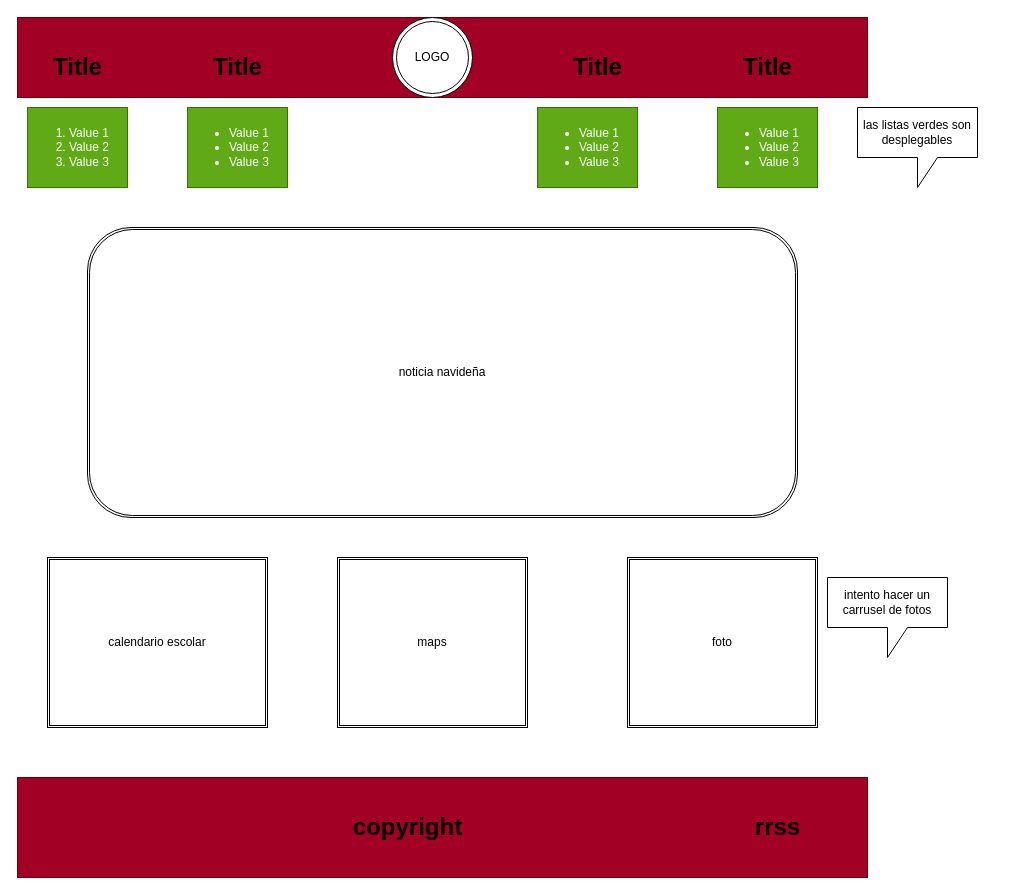
jaimecurben/paginaNavidad keeps this draw.io diagram as layout/MyLayoutWeb.drawio. Above is the earlier version. Source tidied: cells renumbered, new cells numbered last; positions are measured from the earlier drawing's top-left corner, leaving out a move shared by most shapes. Both pictures are drawn from the tidied source at 100%, with x=0, y=0 at pixel (17, 17).
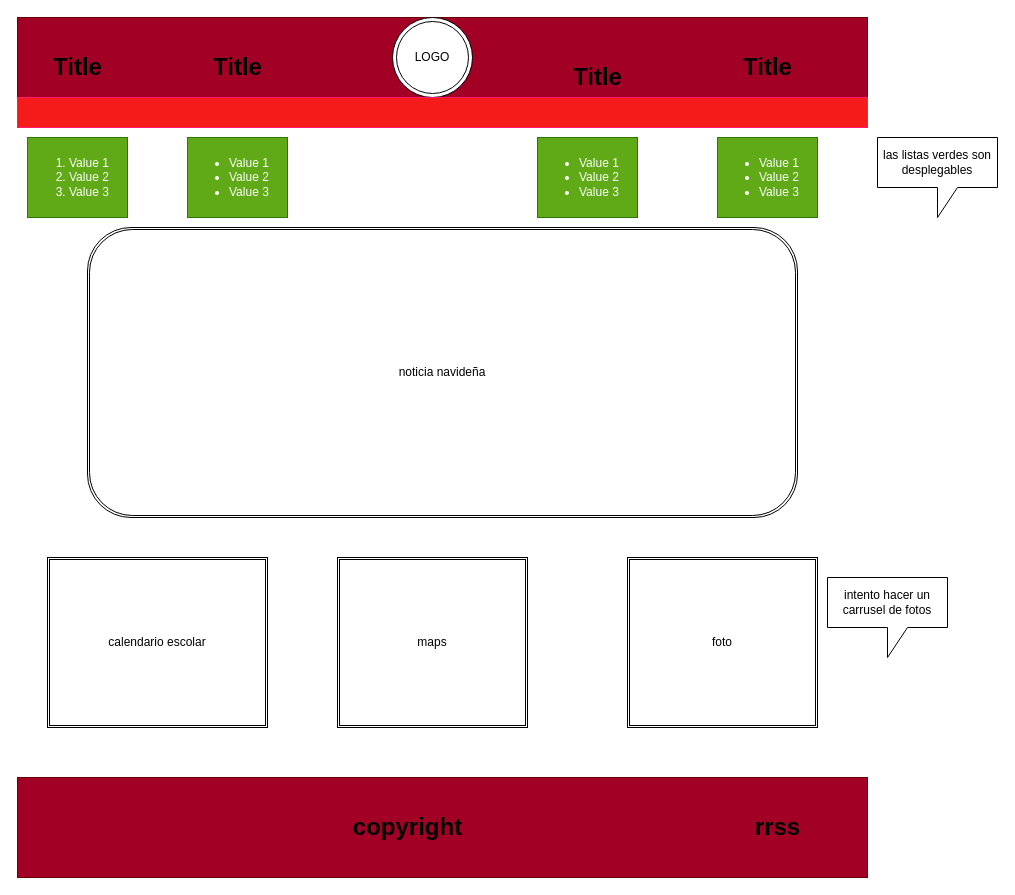
Above is the later version.

What changed in the source:
```diff
@@
     <mxCell id="3" value="&lt;ol&gt;&lt;li&gt;Value 1&lt;/li&gt;&lt;li&gt;Value 2&lt;/li&gt;&lt;li&gt;Value 3&lt;/li&gt;&lt;/ol&gt;" style="text;strokeColor=#2D7600;fillColor=#60a917;html=1;whiteSpace=wrap;verticalAlign=middle;overflow=hidden;fontColor=#ffffff;" parent="1" vertex="1">
-      <mxGeometry x="10" y="90" width="100" height="80" as="geometry" />
+      <mxGeometry x="10" y="120" width="100" height="80" as="geometry" />
     </mxCell>
@@
     <mxCell id="7" value="&lt;ul&gt;&lt;li&gt;Value 1&lt;/li&gt;&lt;li&gt;Value 2&lt;/li&gt;&lt;li&gt;Value 3&lt;/li&gt;&lt;/ul&gt;" style="text;strokeColor=#2D7600;fillColor=#60a917;html=1;whiteSpace=wrap;verticalAlign=middle;overflow=hidden;fontColor=#ffffff;" parent="1" vertex="1">
-      <mxGeometry x="170" y="90" width="100" height="80" as="geometry" />
+      <mxGeometry x="170" y="120" width="100" height="80" as="geometry" />
     </mxCell>
     <mxCell id="8" value="Title" style="text;strokeColor=none;fillColor=none;html=1;fontSize=24;fontStyle=1;verticalAlign=middle;align=center;" parent="1" vertex="1">
-      <mxGeometry x="530" y="30" width="100" height="40" as="geometry" />
+      <mxGeometry x="530" y="40" width="100" height="40" as="geometry" />
     </mxCell>
     <mxCell id="9" value="&lt;ul&gt;&lt;li&gt;Value 1&lt;/li&gt;&lt;li&gt;Value 2&lt;/li&gt;&lt;li&gt;Value 3&lt;/li&gt;&lt;/ul&gt;" style="text;strokeColor=#2D7600;fillColor=#60a917;html=1;whiteSpace=wrap;verticalAlign=middle;overflow=hidden;fontColor=#ffffff;" parent="1" vertex="1">
-      <mxGeometry x="520" y="90" width="100" height="80" as="geometry" />
+      <mxGeometry x="520" y="120" width="100" height="80" as="geometry" />
     </mxCell>
@@
     <mxCell id="11" value="&lt;ul&gt;&lt;li&gt;Value 1&lt;/li&gt;&lt;li&gt;Value 2&lt;/li&gt;&lt;li&gt;Value 3&lt;/li&gt;&lt;/ul&gt;" style="text;strokeColor=#2D7600;fillColor=#60a917;html=1;whiteSpace=wrap;verticalAlign=middle;overflow=hidden;fontColor=#ffffff;" parent="1" vertex="1">
-      <mxGeometry x="700" y="90" width="100" height="80" as="geometry" />
+      <mxGeometry x="700" y="120" width="100" height="80" as="geometry" />
     </mxCell>
@@
     <mxCell id="19" value="las listas verdes son desplegables" style="shape=callout;whiteSpace=wrap;html=1;perimeter=calloutPerimeter;" parent="1" vertex="1">
-      <mxGeometry x="840" y="90" width="120" height="80" as="geometry" />
+      <mxGeometry x="860" y="120" width="120" height="80" as="geometry" />
     </mxCell>
@@
+    <mxCell id="21" style="rounded=0;whiteSpace=wrap;html=1;strokeColor=#FF196E;fillColor=#F51B1B;" parent="1" vertex="1">
+      <mxGeometry y="80" width="850" height="30" as="geometry" />
+    </mxCell>
```
